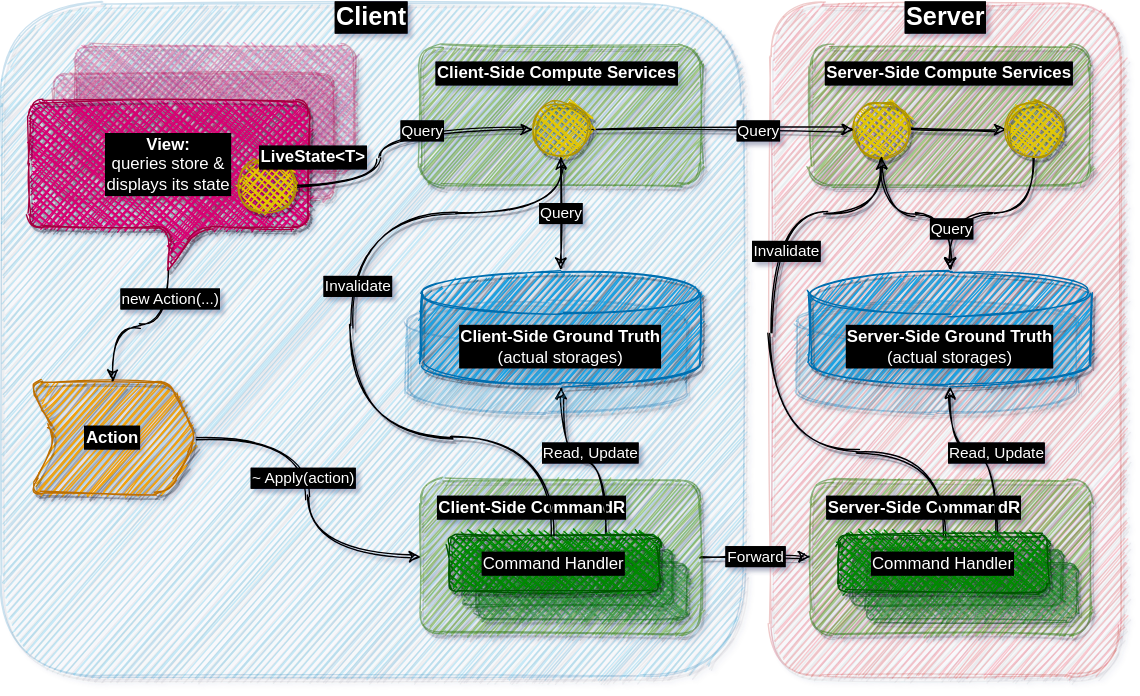
Above: Slides/Fusion_v2/diagrams/vs/fusion2.dio.svg in alexyakunin/Stl.Fusion.Materials (draw.io), before the change. Source tidied: cells renumbered, new cells last; positions are measured from the earlier drawing's top-left corner, leaving out a move shared by most shapes.
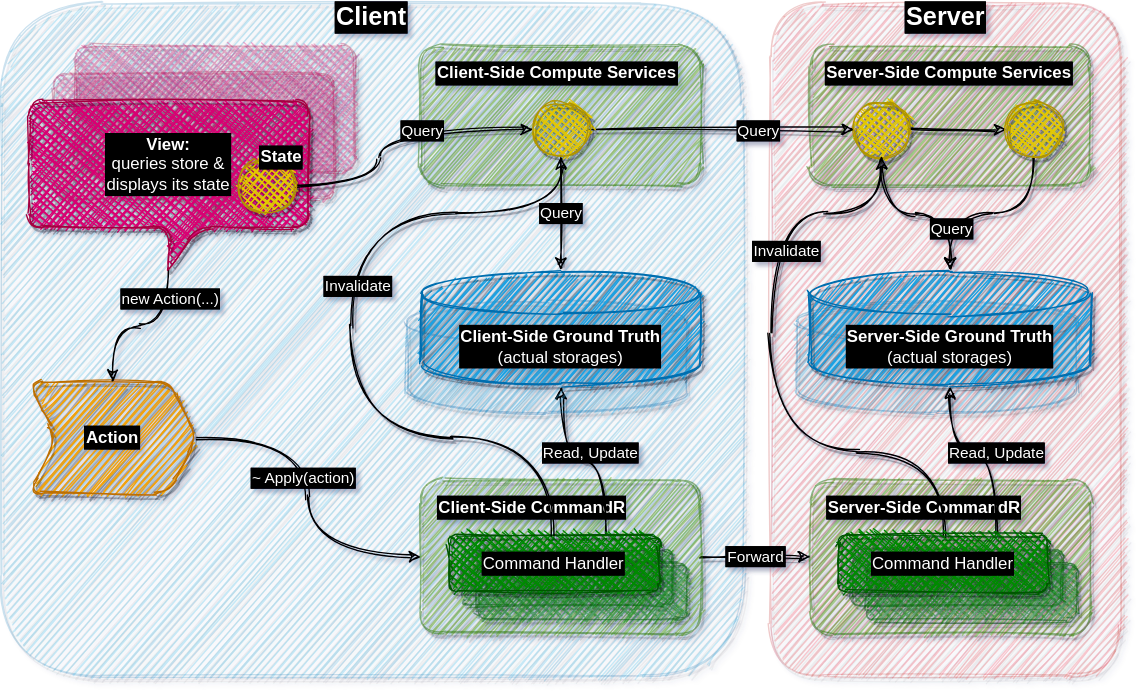
Above is the later version.

Diff of the diagram source:
```diff
@@ -78,7 +78,7 @@
     <mxCell id="21" style="ellipse;whiteSpace=wrap;html=1;labelBackgroundColor=#000000;fontColor=#ffffff;align=left;fillColor=#e3c800;strokeColor=#B09500;shadow=1;sketch=1;fillStyle=cross-hatch;" parent="1" vertex="1">
       <mxGeometry x="170" y="110" width="40" height="40" as="geometry" />
     </mxCell>
-    <mxCell id="22" value="&lt;b&gt;LiveState&amp;lt;T&amp;gt;&lt;/b&gt;" style="text;html=1;strokeColor=none;fillColor=none;align=left;verticalAlign=middle;whiteSpace=wrap;rounded=0;labelBackgroundColor=#000000;fontColor=#FFFFFF;labelBorderColor=#000000;" parent="1" vertex="1">
+    <mxCell id="22" value="&lt;b&gt;State&lt;/b&gt;" style="text;html=1;strokeColor=none;fillColor=none;align=left;verticalAlign=middle;whiteSpace=wrap;rounded=0;labelBackgroundColor=#000000;fontColor=#FFFFFF;labelBorderColor=#000000;" parent="1" vertex="1">
       <mxGeometry x="183" y="100" width="70" height="20" as="geometry" />
     </mxCell>
     <mxCell id="23" style="edgeStyle=orthogonalEdgeStyle;rounded=0;jettySize=auto;html=1;exitX=1;exitY=0.5;exitDx=0;exitDy=0;entryX=0;entryY=0.5;entryDx=0;entryDy=0;shadow=1;sketch=1;" parent="1" edge="1" source="24" target="26">
```
